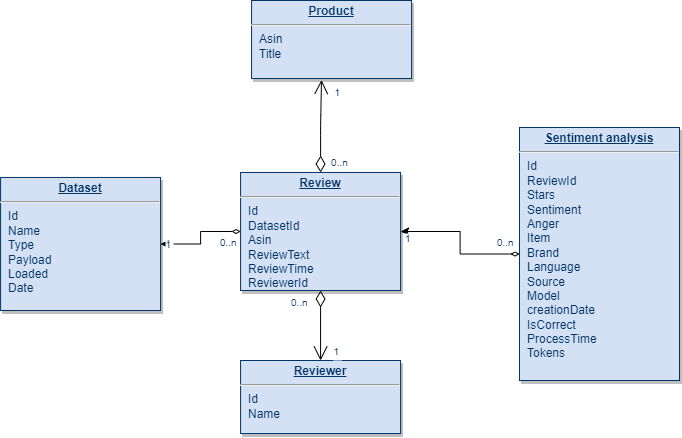
Earlier version of the draw.io export Documentación/Memoria/img/Arquitectura Base de datos.png (tgs1003/TFG_2023_2024). Source tidied: cells renumbered, new cells last; positions are measured from the earlier drawing's top-left corner, leaving out a move shared by most shapes.
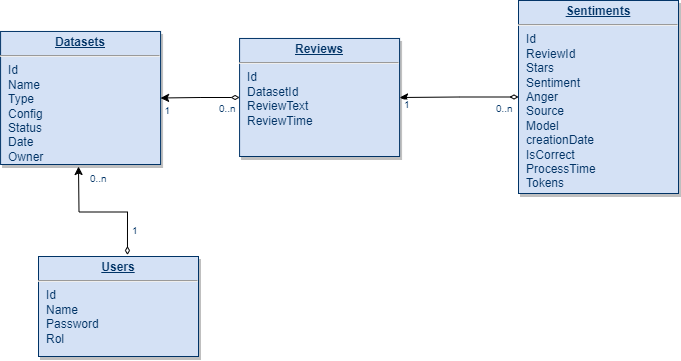
The same diagram one commit later.

Change to the diagram source:
```diff
@@ -2,58 +2,26 @@
   <root>
     <mxCell id="0" />
     <mxCell id="1" parent="0" />
-    <mxCell id="2" value="&lt;p style=&quot;margin: 0px; margin-top: 4px; text-align: center; text-decoration: underline;&quot;&gt;&lt;strong&gt;Reviewer&lt;/strong&gt;&lt;/p&gt;&lt;hr&gt;&lt;p style=&quot;margin: 0px; margin-left: 8px;&quot;&gt;Id&lt;/p&gt;&lt;p style=&quot;margin: 0px; margin-left: 8px;&quot;&gt;Name&lt;/p&gt;" style="verticalAlign=top;align=left;overflow=fill;fontSize=12;fontFamily=Helvetica;html=1;strokeColor=#003366;shadow=1;fillColor=#D4E1F5;fontColor=#003366;" parent="1" vertex="1">
-      <mxGeometry x="240.1" y="360" width="160" height="73" as="geometry" />
-    </mxCell>
     <mxCell id="3" style="edgeStyle=orthogonalEdgeStyle;rounded=0;jettySize=auto;html=1;startArrow=diamondThin;startFill=0;" parent="1" edge="1" source="4" target="16">
       <mxGeometry relative="1" as="geometry" />
     </mxCell>
-    <mxCell id="4" value="&lt;p style=&quot;margin: 0px; margin-top: 4px; text-align: center; text-decoration: underline;&quot;&gt;&lt;strong&gt;Review&lt;/strong&gt;&lt;/p&gt;&lt;hr&gt;&lt;p style=&quot;margin: 0px; margin-left: 8px;&quot;&gt;Id&lt;/p&gt;&lt;p style=&quot;margin: 0px; margin-left: 8px;&quot;&gt;DatasetId&lt;/p&gt;&lt;p style=&quot;margin: 0px; margin-left: 8px;&quot;&gt;Asin&lt;/p&gt;&lt;p style=&quot;margin: 0px; margin-left: 8px;&quot;&gt;ReviewText&lt;/p&gt;&lt;p style=&quot;margin: 0px; margin-left: 8px;&quot;&gt;ReviewTime&lt;/p&gt;&lt;p style=&quot;margin: 0px; margin-left: 8px;&quot;&gt;ReviewerId&lt;/p&gt;&lt;p style=&quot;margin: 0px; margin-left: 8px;&quot;&gt;&lt;br&gt;&lt;/p&gt;" style="verticalAlign=top;align=left;overflow=fill;fontSize=12;fontFamily=Helvetica;html=1;strokeColor=#003366;shadow=1;fillColor=#D4E1F5;fontColor=#003366;" parent="1" vertex="1">
+    <mxCell id="4" value="&lt;p style=&quot;margin: 0px; margin-top: 4px; text-align: center; text-decoration: underline;&quot;&gt;&lt;strong&gt;Reviews&lt;/strong&gt;&lt;/p&gt;&lt;hr&gt;&lt;p style=&quot;margin: 0px; margin-left: 8px;&quot;&gt;Id&lt;/p&gt;&lt;p style=&quot;margin: 0px; margin-left: 8px;&quot;&gt;DatasetId&lt;/p&gt;&lt;p style=&quot;margin: 0px; margin-left: 8px;&quot;&gt;ReviewText&lt;/p&gt;&lt;p style=&quot;margin: 0px; margin-left: 8px;&quot;&gt;ReviewTime&lt;/p&gt;&lt;p style=&quot;margin: 0px; margin-left: 8px;&quot;&gt;&lt;br&gt;&lt;/p&gt;" style="verticalAlign=top;align=left;overflow=fill;fontSize=12;fontFamily=Helvetica;html=1;strokeColor=#003366;shadow=1;fillColor=#D4E1F5;fontColor=#003366;" parent="1" vertex="1">
       <mxGeometry x="240.1" y="172" width="160" height="118" as="geometry" />
     </mxCell>
-    <mxCell id="5" style="endArrow=open;endSize=12;startArrow=diamondThin;startSize=14;startFill=0;edgeStyle=orthogonalEdgeStyle;" parent="1" edge="1" source="4" target="2">
-      <mxGeometry x="369.4" y="360" as="geometry" />
-    </mxCell>
-    <mxCell id="6" value="0..n" style="align=left;verticalAlign=top;labelBackgroundColor=#ffffff;fontSize=10;strokeColor=#003366;shadow=1;fillColor=#D4E1F5;fontColor=#003366;" parent="5" vertex="1">
-      <mxGeometry x="-1" relative="1" as="geometry">
-        <mxPoint x="-31.1" as="offset" />
-      </mxGeometry>
-    </mxCell>
-    <mxCell id="7" value="1" style="align=right;verticalAlign=top;labelBackgroundColor=#ffffff;fontSize=10;strokeColor=#003366;shadow=1;fillColor=#D4E1F5;fontColor=#003366;" parent="5" vertex="1">
-      <mxGeometry x="1" relative="1" as="geometry">
-        <mxPoint x="20" y="-21" as="offset" />
-      </mxGeometry>
-    </mxCell>
     <mxCell id="8" style="edgeStyle=orthogonalEdgeStyle;rounded=0;jettySize=auto;html=1;startArrow=diamondThin;startFill=0;" parent="1" edge="1" source="9" target="4">
       <mxGeometry relative="1" as="geometry" />
     </mxCell>
-    <mxCell id="9" value="&lt;p style=&quot;margin: 0px; margin-top: 4px; text-align: center; text-decoration: underline;&quot;&gt;&lt;strong&gt;Sentiment analysis&lt;/strong&gt;&lt;/p&gt;&lt;hr&gt;&lt;p style=&quot;margin: 0px; margin-left: 8px;&quot;&gt;Id&lt;/p&gt;&lt;p style=&quot;margin: 0px; margin-left: 8px;&quot;&gt;ReviewId&lt;/p&gt;&lt;p style=&quot;margin: 0px; margin-left: 8px;&quot;&gt;Stars&lt;/p&gt;&lt;p style=&quot;margin: 0px; margin-left: 8px;&quot;&gt;Sentiment&lt;/p&gt;&lt;p style=&quot;margin: 0px; margin-left: 8px;&quot;&gt;Anger&lt;/p&gt;&lt;p style=&quot;margin: 0px; margin-left: 8px;&quot;&gt;Item&lt;/p&gt;&lt;p style=&quot;margin: 0px; margin-left: 8px;&quot;&gt;Brand&lt;/p&gt;&lt;p style=&quot;margin: 0px; margin-left: 8px;&quot;&gt;Language&lt;/p&gt;&lt;p style=&quot;margin: 0px; margin-left: 8px;&quot;&gt;Source&lt;/p&gt;&lt;p style=&quot;margin: 0px; margin-left: 8px;&quot;&gt;Model&lt;/p&gt;&lt;p style=&quot;margin: 0px; margin-left: 8px;&quot;&gt;creationDate&lt;/p&gt;&lt;p style=&quot;margin: 0px; margin-left: 8px;&quot;&gt;IsCorrect&lt;/p&gt;&lt;p style=&quot;margin: 0px; margin-left: 8px;&quot;&gt;ProcessTime&lt;/p&gt;&lt;p style=&quot;margin: 0px; margin-left: 8px;&quot;&gt;Tokens&lt;/p&gt;&lt;p style=&quot;margin: 0px; margin-left: 8px;&quot;&gt;&lt;br&gt;&lt;/p&gt;" style="verticalAlign=top;align=left;overflow=fill;fontSize=12;fontFamily=Helvetica;html=1;strokeColor=#003366;shadow=1;fillColor=#D4E1F5;fontColor=#003366;" parent="1" vertex="1">
-      <mxGeometry x="519" y="127" width="160" height="253" as="geometry" />
+    <mxCell id="9" value="&lt;p style=&quot;margin: 0px; margin-top: 4px; text-align: center; text-decoration: underline;&quot;&gt;&lt;strong&gt;Sentiments&lt;/strong&gt;&lt;/p&gt;&lt;hr&gt;&lt;p style=&quot;margin: 0px; margin-left: 8px;&quot;&gt;Id&lt;/p&gt;&lt;p style=&quot;margin: 0px; margin-left: 8px;&quot;&gt;ReviewId&lt;/p&gt;&lt;p style=&quot;margin: 0px; margin-left: 8px;&quot;&gt;Stars&lt;/p&gt;&lt;p style=&quot;margin: 0px; margin-left: 8px;&quot;&gt;Sentiment&lt;/p&gt;&lt;p style=&quot;margin: 0px; margin-left: 8px;&quot;&gt;Anger&lt;/p&gt;&lt;p style=&quot;margin: 0px; margin-left: 8px;&quot;&gt;Source&lt;/p&gt;&lt;p style=&quot;margin: 0px; margin-left: 8px;&quot;&gt;Model&lt;/p&gt;&lt;p style=&quot;margin: 0px; margin-left: 8px;&quot;&gt;creationDate&lt;/p&gt;&lt;p style=&quot;margin: 0px; margin-left: 8px;&quot;&gt;IsCorrect&lt;/p&gt;&lt;p style=&quot;margin: 0px; margin-left: 8px;&quot;&gt;ProcessTime&lt;/p&gt;&lt;p style=&quot;margin: 0px; margin-left: 8px;&quot;&gt;Tokens&lt;/p&gt;&lt;p style=&quot;margin: 0px; margin-left: 8px;&quot;&gt;&lt;br&gt;&lt;/p&gt;" style="verticalAlign=top;align=left;overflow=fill;fontSize=12;fontFamily=Helvetica;html=1;strokeColor=#003366;shadow=1;fillColor=#D4E1F5;fontColor=#003366;" parent="1" vertex="1">
+      <mxGeometry x="519" y="134" width="160" height="193" as="geometry" />
     </mxCell>
-    <mxCell id="10" value="&lt;p style=&quot;margin: 0px; margin-top: 4px; text-align: center; text-decoration: underline;&quot;&gt;&lt;strong&gt;Product&lt;/strong&gt;&lt;/p&gt;&lt;hr&gt;&lt;p style=&quot;margin: 0px; margin-left: 8px;&quot;&gt;Asin&lt;/p&gt;&lt;p style=&quot;margin: 0px; margin-left: 8px;&quot;&gt;Title&lt;/p&gt;&lt;p style=&quot;margin: 0px; margin-left: 8px;&quot;&gt;&lt;br&gt;&lt;/p&gt;&lt;p style=&quot;margin: 0px; margin-left: 8px;&quot;&gt;&lt;br&gt;&lt;/p&gt;" style="verticalAlign=top;align=left;overflow=fill;fontSize=12;fontFamily=Helvetica;html=1;strokeColor=#003366;shadow=1;fillColor=#D4E1F5;fontColor=#003366;" parent="1" vertex="1">
-      <mxGeometry x="251.1" width="160" height="78" as="geometry" />
-    </mxCell>
-    <mxCell id="11" style="endArrow=open;endSize=12;startArrow=diamondThin;startSize=14;startFill=0;edgeStyle=orthogonalEdgeStyle;exitX=0.5;exitY=0;exitDx=0;exitDy=0;entryX=0.437;entryY=1.018;entryDx=0;entryDy=0;entryPerimeter=0;" parent="1" edge="1" source="4" target="10">
-      <mxGeometry x="369.4" y="360" as="geometry" />
-    </mxCell>
-    <mxCell id="12" value="0..n" style="align=left;verticalAlign=top;labelBackgroundColor=#ffffff;fontSize=10;strokeColor=#003366;shadow=1;fillColor=#D4E1F5;fontColor=#003366;" parent="11" vertex="1">
-      <mxGeometry x="-1" relative="1" as="geometry">
-        <mxPoint x="9" y="-22" as="offset" />
-      </mxGeometry>
-    </mxCell>
-    <mxCell id="13" value="1" style="align=right;verticalAlign=top;labelBackgroundColor=#ffffff;fontSize=10;strokeColor=#003366;shadow=1;fillColor=#D4E1F5;fontColor=#003366;" parent="11" vertex="1">
-      <mxGeometry x="1" relative="1" as="geometry">
-        <mxPoint x="20" as="offset" />
-      </mxGeometry>
-    </mxCell>
     <mxCell id="14" value="1" style="align=right;verticalAlign=top;labelBackgroundColor=#ffffff;fontSize=10;strokeColor=#003366;shadow=1;fillColor=#D4E1F5;fontColor=#003366;" parent="1" vertex="1">
       <mxGeometry x="411.6" y="225.5" as="geometry" />
     </mxCell>
     <mxCell id="15" value="0..n" style="align=left;verticalAlign=top;labelBackgroundColor=#ffffff;fontSize=10;strokeColor=#003366;shadow=1;fillColor=#D4E1F5;fontColor=#003366;" parent="1" vertex="1">
       <mxGeometry x="495" y="230" as="geometry" />
     </mxCell>
-    <mxCell id="16" value="&lt;p style=&quot;margin: 0px; margin-top: 4px; text-align: center; text-decoration: underline;&quot;&gt;&lt;strong&gt;Dataset&lt;/strong&gt;&lt;/p&gt;&lt;hr&gt;&lt;p style=&quot;margin: 0px; margin-left: 8px;&quot;&gt;Id&lt;/p&gt;&lt;p style=&quot;margin: 0px; margin-left: 8px;&quot;&gt;Name&lt;/p&gt;&lt;p style=&quot;margin: 0px; margin-left: 8px;&quot;&gt;Type&lt;/p&gt;&lt;p style=&quot;margin: 0px; margin-left: 8px;&quot;&gt;Payload&lt;/p&gt;&lt;p style=&quot;margin: 0px; margin-left: 8px;&quot;&gt;Loaded&lt;/p&gt;&lt;p style=&quot;margin: 0px; margin-left: 8px;&quot;&gt;Date&lt;/p&gt;" style="verticalAlign=top;align=left;overflow=fill;fontSize=12;fontFamily=Helvetica;html=1;strokeColor=#003366;shadow=1;fillColor=#D4E1F5;fontColor=#003366;" parent="1" vertex="1">
-      <mxGeometry x="0.1" y="177" width="160" height="133" as="geometry" />
+    <mxCell id="16" value="&lt;p style=&quot;margin: 0px; margin-top: 4px; text-align: center; text-decoration: underline;&quot;&gt;&lt;strong&gt;Datasets&lt;/strong&gt;&lt;/p&gt;&lt;hr&gt;&lt;p style=&quot;margin: 0px; margin-left: 8px;&quot;&gt;Id&lt;/p&gt;&lt;p style=&quot;margin: 0px; margin-left: 8px;&quot;&gt;Name&lt;/p&gt;&lt;p style=&quot;margin: 0px; margin-left: 8px;&quot;&gt;Type&lt;/p&gt;&lt;p style=&quot;margin: 0px; margin-left: 8px;&quot;&gt;Config&lt;/p&gt;&lt;p style=&quot;margin: 0px; margin-left: 8px;&quot;&gt;Status&lt;/p&gt;&lt;p style=&quot;margin: 0px; margin-left: 8px;&quot;&gt;Date&lt;/p&gt;&lt;p style=&quot;margin: 0px; margin-left: 8px;&quot;&gt;Owner&lt;/p&gt;" style="verticalAlign=top;align=left;overflow=fill;fontSize=12;fontFamily=Helvetica;html=1;strokeColor=#003366;shadow=1;fillColor=#D4E1F5;fontColor=#003366;" parent="1" vertex="1">
+      <mxGeometry x="1.1" y="165" width="160" height="133" as="geometry" />
     </mxCell>
     <mxCell id="17" value="1" style="align=right;verticalAlign=top;labelBackgroundColor=#ffffff;fontSize=10;strokeColor=#003366;shadow=1;fillColor=#D4E1F5;fontColor=#003366;" parent="1" vertex="1">
       <mxGeometry x="172.1" y="232" as="geometry" />
@@ -61,5 +29,19 @@
     <mxCell id="18" value="0..n" style="align=left;verticalAlign=top;labelBackgroundColor=#ffffff;fontSize=10;strokeColor=#003366;shadow=1;fillColor=#D4E1F5;fontColor=#003366;" parent="1" vertex="1">
       <mxGeometry x="218" y="230" as="geometry" />
     </mxCell>
+    <mxCell id="19" value="&lt;p style=&quot;margin: 0px; margin-top: 4px; text-align: center; text-decoration: underline;&quot;&gt;&lt;b&gt;Users&lt;/b&gt;&lt;/p&gt;&lt;hr&gt;&lt;p style=&quot;margin: 0px; margin-left: 8px;&quot;&gt;Id&lt;/p&gt;&lt;p style=&quot;margin: 0px; margin-left: 8px;&quot;&gt;Name&lt;/p&gt;&lt;p style=&quot;margin: 0px; margin-left: 8px;&quot;&gt;Password&lt;/p&gt;&lt;p style=&quot;margin: 0px; margin-left: 8px;&quot;&gt;Rol&lt;/p&gt;" style="verticalAlign=top;align=left;overflow=fill;fontSize=12;fontFamily=Helvetica;html=1;strokeColor=#003366;shadow=1;fillColor=#D4E1F5;fontColor=#003366;" parent="1" vertex="1">
+      <mxGeometry x="39" y="390" width="160" height="100" as="geometry" />
+    </mxCell>
+    <mxCell id="20" style="edgeStyle=orthogonalEdgeStyle;rounded=0;jettySize=auto;html=1;startArrow=diamondThin;startFill=0;exitX=0.556;exitY=-0.015;exitDx=0;exitDy=0;exitPerimeter=0;" parent="1" edge="1" source="19">
+      <mxGeometry relative="1" as="geometry">
+        <mxPoint x="79" y="300" as="targetPoint" />
+      </mxGeometry>
+    </mxCell>
+    <mxCell id="21" value="&lt;span style=&quot;color: rgb(0, 51, 102); font-family: Helvetica; font-size: 10px; font-style: normal; font-variant-ligatures: normal; font-variant-caps: normal; font-weight: 400; letter-spacing: normal; orphans: 2; text-align: left; text-indent: 0px; text-transform: none; widows: 2; word-spacing: 0px; -webkit-text-stroke-width: 0px; background-color: rgb(255, 255, 255); text-decoration-thickness: initial; text-decoration-style: initial; text-decoration-color: initial; float: none; display: inline !important;&quot;&gt;0..n&lt;/span&gt;" style="text;whiteSpace=wrap;html=1;" parent="1" vertex="1">
+      <mxGeometry x="89" y="298" width="30" height="22" as="geometry" />
+    </mxCell>
+    <mxCell id="22" value="&lt;span style=&quot;color: rgb(0, 51, 102); font-family: Helvetica; font-size: 10px; font-style: normal; font-variant-ligatures: normal; font-variant-caps: normal; font-weight: 400; letter-spacing: normal; orphans: 2; text-align: left; text-indent: 0px; text-transform: none; widows: 2; word-spacing: 0px; -webkit-text-stroke-width: 0px; background-color: rgb(255, 255, 255); text-decoration-thickness: initial; text-decoration-style: initial; text-decoration-color: initial; float: none; display: inline !important;&quot;&gt;1&lt;/span&gt;" style="text;whiteSpace=wrap;html=1;" parent="1" vertex="1">
+      <mxGeometry x="131.1" y="350" width="30" height="22" as="geometry" />
+    </mxCell>
   </root>
 </mxGraphModel>
```
